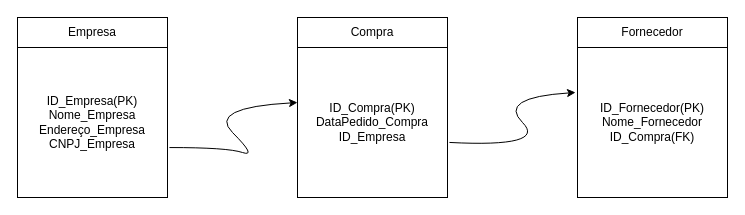
This is Atividade final UC2/Diagrama sem nome.drawio from geangela07/Atividades, a draw.io file, before an edit. Source tidied: cells renumbered, new cells numbered last; positions are measured from the earlier drawing's top-left corner, leaving out a move shared by most shapes. Both pictures are drawn from the tidied source at 100%, with x=0, y=0 at pixel (17, 17).
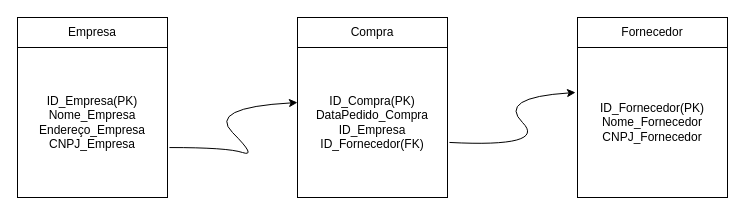
The same diagram, later.

What changed in the source:
```diff
@@
 <mxGraphModel>
   <root>
     <mxCell id="0" />
     <mxCell id="1" parent="0" />
     <mxCell id="2" value="Empresa" style="rounded=0;whiteSpace=wrap;html=1;" parent="1" vertex="1">
       <mxGeometry width="150" height="30" as="geometry" />
     </mxCell>
     <mxCell id="3" value="ID_Empresa(PK)&lt;br&gt;Nome_Empresa&lt;br&gt;Endereço_Empresa&lt;br&gt;CNPJ_Empresa" style="whiteSpace=wrap;html=1;" parent="1" vertex="1">
       <mxGeometry y="30" width="150" height="150" as="geometry" />
     </mxCell>
     <mxCell id="4" value="Compra" style="rounded=0;whiteSpace=wrap;html=1;" parent="1" vertex="1">
       <mxGeometry x="280" width="150" height="30" as="geometry" />
     </mxCell>
-    <mxCell id="5" value="ID_Compra(PK)&lt;br&gt;DataPedido_Compra&lt;br&gt;ID_Empresa" style="whiteSpace=wrap;html=1;" parent="1" vertex="1">
+    <mxCell id="5" value="ID_Compra(PK)&lt;br&gt;DataPedido_Compra&lt;br&gt;ID_Empresa&lt;br&gt;ID_Fornecedor(FK)" style="whiteSpace=wrap;html=1;" parent="1" vertex="1">
       <mxGeometry x="280" y="30" width="150" height="150" as="geometry" />
     </mxCell>
     <mxCell id="6" value="Fornecedor" style="rounded=0;whiteSpace=wrap;html=1;" parent="1" vertex="1">
       <mxGeometry x="560" width="150" height="30" as="geometry" />
     </mxCell>
-    <mxCell id="7" value="ID_Fornecedor(PK)&lt;br&gt;Nome_Fornecedor&lt;br&gt;ID_Compra(FK)" style="whiteSpace=wrap;html=1;" parent="1" vertex="1">
+    <mxCell id="7" value="ID_Fornecedor(PK)&lt;br&gt;Nome_Fornecedor&lt;br&gt;CNPJ_Fornecedor" style="whiteSpace=wrap;html=1;" parent="1" vertex="1">
       <mxGeometry x="560" y="30" width="150" height="150" as="geometry" />
     </mxCell>
     <mxCell id="8" style="curved=1;endArrow=classic;html=1;rounded=0;exitX=1.013;exitY=0.667;exitDx=0;exitDy=0;exitPerimeter=0;entryX=0;entryY=0.367;entryDx=0;entryDy=0;entryPerimeter=0;" parent="1" edge="1" source="3" target="5">
       <mxGeometry relative="1" as="geometry">
         <Array as="points">
           <mxPoint x="210" y="130" />
           <mxPoint x="240" y="140" />
           <mxPoint x="190" y="90" />
         </Array>
       </mxGeometry>
     </mxCell>
     <mxCell id="9" style="curved=1;endArrow=classic;html=1;rounded=0;exitX=1.013;exitY=0.633;exitDx=0;exitDy=0;exitPerimeter=0;entryX=-0.013;entryY=0.3;entryDx=0;entryDy=0;entryPerimeter=0;" parent="1" edge="1" source="5" target="7">
       <mxGeometry relative="1" as="geometry">
         <Array as="points">
           <mxPoint x="530" y="130" />
           <mxPoint x="480" y="80" />
         </Array>
       </mxGeometry>
     </mxCell>
   </root>
 </mxGraphModel>
```
